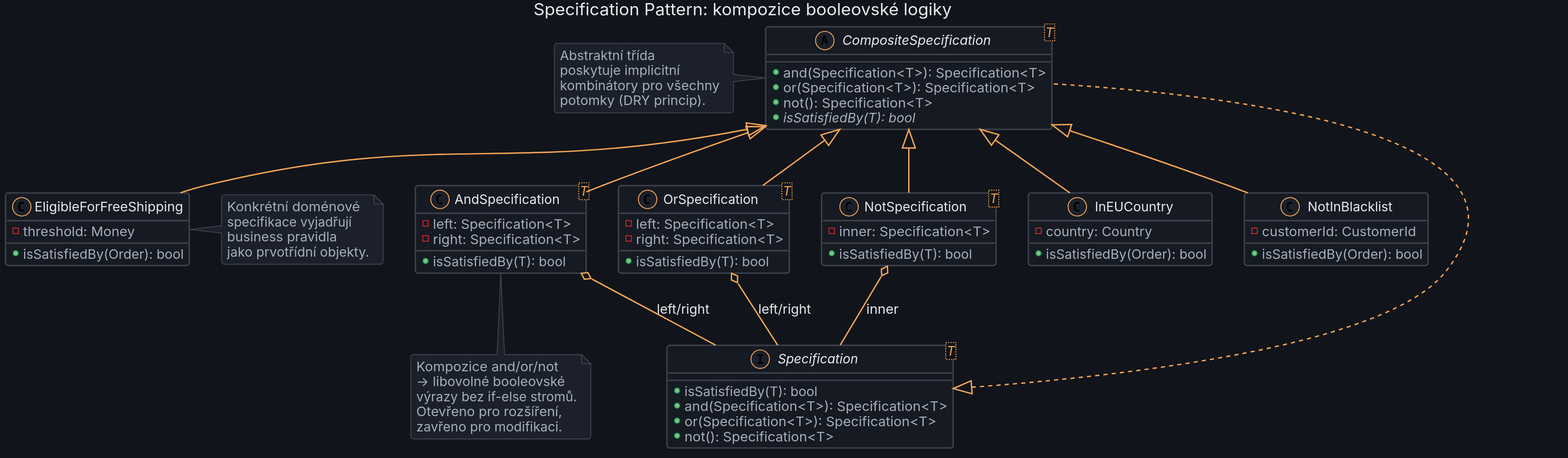
This is templates/diagrams/16_lesser_patterns/specification_compose.svg from MichalKatuscak/ddd-v-symfony, a PlantUML export, as it was before one commit. Its diagram source:
```plantuml
@startuml
skinparam dpi 150
skinparam backgroundColor #11141A
skinparam shadowing false
skinparam roundCorner 6

skinparam defaultFontName "DejaVu Sans"
skinparam defaultFontSize 14
skinparam defaultFontColor #E6E8EC
skinparam defaultTextAlignment center


skinparam ArrowColor #F0A456
skinparam ArrowFontColor #E6E8EC
skinparam ArrowThickness 1.5

skinparam node {
  BackgroundColor #161A22
  BorderColor #3D424E
  FontColor #E6E8EC
}

skinparam component {
  BackgroundColor #161A22
  BorderColor #3D424E
  FontColor #E6E8EC
}

skinparam rectangle {
  BackgroundColor #161A22
  BorderColor #3D424E
  FontColor #E6E8EC
}

skinparam package {
  BackgroundColor #11141A
  BorderColor #F0A456
  FontColor #F0A456
}

skinparam folder {
  BackgroundColor #161A22
  BorderColor #3D424E
  FontColor #E6E8EC
}

skinparam frame {
  BackgroundColor #161A22
  BorderColor #3D424E
  FontColor #E6E8EC
}

skinparam database {
  BackgroundColor #1B202A
  BorderColor #3D424E
  FontColor #E6E8EC
}

skinparam queue {
  BackgroundColor #1B202A
  BorderColor #3D424E
  FontColor #E6E8EC
}

skinparam cloud {
  BackgroundColor #1B202A
  BorderColor #3D424E
  FontColor #E6E8EC
}

skinparam actor {
  BackgroundColor #161A22
  BorderColor #F0A456
  FontColor #E6E8EC
}

skinparam usecase {
  BackgroundColor #161A22
  BorderColor #3D424E
  FontColor #E6E8EC
}

skinparam class {
  BackgroundColor #161A22
  BorderColor #3D424E
  HeaderBackgroundColor #1B202A
  ArrowColor #F0A456
  FontColor #E6E8EC
  AttributeFontColor #A6ADBB
  StereotypeFontColor #F0A456
}

skinparam object {
  BackgroundColor #161A22
  BorderColor #3D424E
  FontColor #E6E8EC
}

skinparam sequence {
  ParticipantBackgroundColor #161A22
  ParticipantBorderColor #3D424E
  ParticipantFontColor #E6E8EC
  ActorBackgroundColor #161A22
  ActorBorderColor #F0A456
  ActorFontColor #E6E8EC
  LifeLineBorderColor #3D424E
  LifeLineBackgroundColor #1B202A
  ArrowColor #F0A456
  ArrowFontColor #E6E8EC
  GroupBackgroundColor #1B202A
  GroupBorderColor #3D424E
  GroupFontColor #A6ADBB
  GroupHeaderFontColor #F0A456
  BoxBackgroundColor #11141A
  BoxBorderColor #F0A456
  BoxFontColor #F0A456
  DividerBackgroundColor #1B202A
  DividerBorderColor #3D424E
  DividerFontColor #A6ADBB
  ReferenceBackgroundColor #161A22
  ReferenceBorderColor #3D424E
  ReferenceFontColor #E6E8EC
  ReferenceHeaderBackgroundColor #1B202A
  StereotypeFontColor #F0A456
}

skinparam state {
  BackgroundColor #161A22
  BorderColor #3D424E
  FontColor #E6E8EC
  StartColor #F0A456
  EndColor #F0A456
  ArrowColor #F0A456
  AttributeFontColor #A6ADBB
}

skinparam activity {
  BackgroundColor #161A22
  BorderColor #3D424E
  FontColor #E6E8EC
  ArrowColor #F0A456
  StartColor #F0A456
  EndColor #F0A456
  BarColor #F0A456
  DiamondBackgroundColor #1B202A
  DiamondBorderColor #3D424E
  DiamondFontColor #E6E8EC
}

skinparam note {
  BackgroundColor #1B202A
  BorderColor #3D424E
  FontColor #A6ADBB
}

skinparam title {
  FontColor #E6E8EC
  FontSize 18
}

skinparam legend {
  BackgroundColor #161A22
  BorderColor #3D424E
  FontColor #A6ADBB
}

skinparam caption {
  FontColor #A6ADBB
}

skinparam stereotype {
  CBackgroundColor #1B202A
  CBorderColor #F0A456
  ABackgroundColor #1B202A
  ABorderColor #F0A456
  IBackgroundColor #1B202A
  IBorderColor #F0A456
  EBackgroundColor #1B202A
  EBorderColor #F0A456
}

title Specification Pattern: kompozice booleovské logiky

interface "Specification<T>" as spec {
  +isSatisfiedBy(T): bool
  +and(Specification<T>): Specification<T>
  +or(Specification<T>): Specification<T>
  +not(): Specification<T>
}

abstract class "CompositeSpecification<T>" as composite {
  +and(Specification<T>): Specification<T>
  +or(Specification<T>): Specification<T>
  +not(): Specification<T>
  {abstract} +isSatisfiedBy(T): bool
}

class "AndSpecification<T>" as andSpec {
  -left: Specification<T>
  -right: Specification<T>
  +isSatisfiedBy(T): bool
}

class "OrSpecification<T>" as orSpec {
  -left: Specification<T>
  -right: Specification<T>
  +isSatisfiedBy(T): bool
}

class "NotSpecification<T>" as notSpec {
  -inner: Specification<T>
  +isSatisfiedBy(T): bool
}

class "EligibleForFreeShipping" as ps {
  -threshold: Money
  +isSatisfiedBy(Order): bool
}

class "InEUCountry" as ineu {
  -country: Country
  +isSatisfiedBy(Order): bool
}

class "NotInBlacklist" as nib {
  -customerId: CustomerId
  +isSatisfiedBy(Order): bool
}

spec <|.. composite
composite <|-- andSpec
composite <|-- orSpec
composite <|-- notSpec
composite <|-- ps
composite <|-- ineu
composite <|-- nib

andSpec o-- spec : left/right
orSpec o-- spec : left/right
notSpec o-- spec : inner

note right of ps
  Konkrétní doménové
  specifikace vyjadřují
  business pravidla
  jako prvotřídní objekty.
end note

note bottom of andSpec
  Kompozice and/or/not
  → libovolné booleovské
  výrazy bez if-else stromů.
  Otevřeno pro rozšíření,
  zavřeno pro modifikaci.
end note

note left of composite
  Abstraktní třída
  poskytuje implicitní
  kombinátory pro všechny
  potomky (DRY princip).
end note

@enduml
```
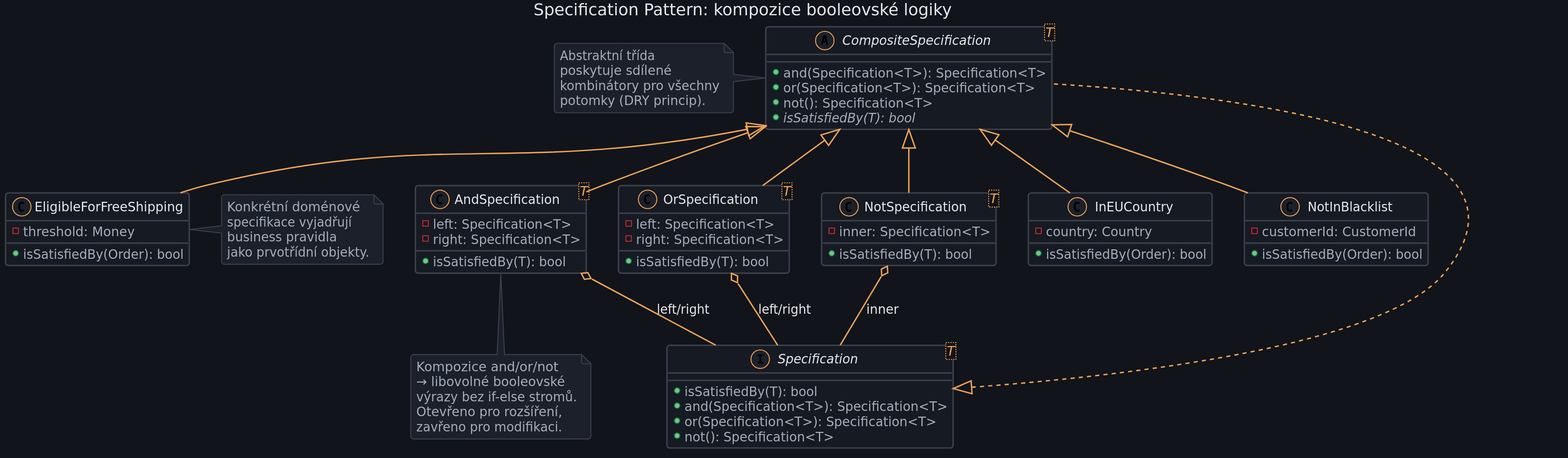
Later version of the same file.

Change to the diagram source:
```diff
@@ -256,7 +256,7 @@
 
 note left of composite
   Abstraktní třída
-  poskytuje implicitní
+  poskytuje sdílené
   kombinátory pro všechny
   potomky (DRY princip).
 end note
```
